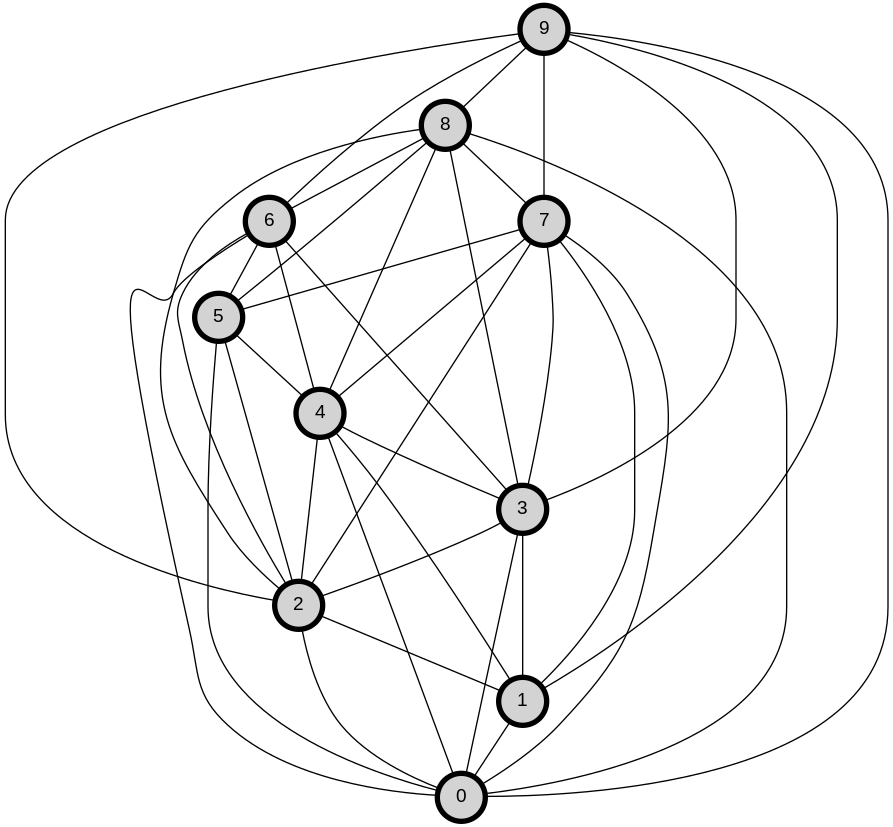
Above: img/graph.png in ivolvanov/vertex-cover (Graphviz), before the change. Its source is kept beside it as dotfiles/graph.dot.
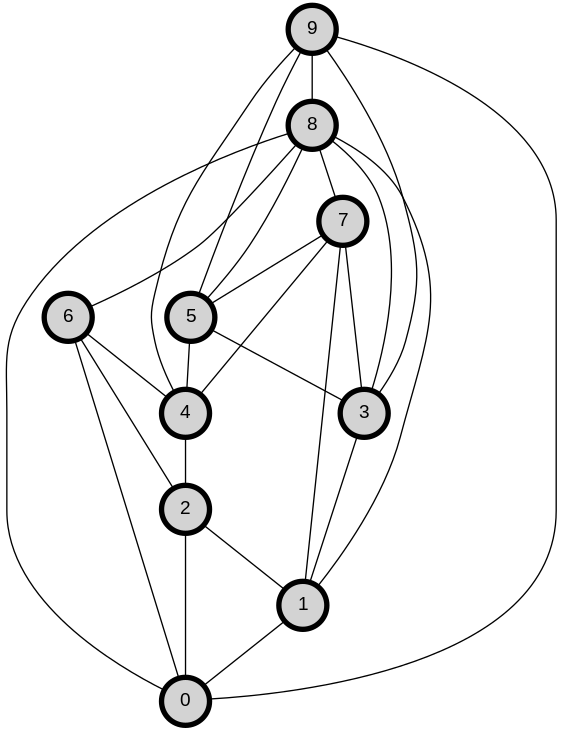
After the change.

The edit, as a diff of the source:
```diff
@@ -14,39 +14,26 @@
 node1 -- node0
 node2 -- node0
 node2 -- node1
-node3 -- node0
 node3 -- node1
-node3 -- node2
-node4 -- node0
-node4 -- node1
 node4 -- node2
-node4 -- node3
-node5 -- node0
-node5 -- node2
+node5 -- node3
 node5 -- node4
 node6 -- node0
 node6 -- node2
-node6 -- node3
 node6 -- node4
-node6 -- node5
-node7 -- node0
 node7 -- node1
-node7 -- node2
 node7 -- node3
 node7 -- node4
 node7 -- node5
 node8 -- node0
-node8 -- node2
+node8 -- node1
 node8 -- node3
-node8 -- node4
 node8 -- node5
 node8 -- node6
 node8 -- node7
 node9 -- node0
-node9 -- node1
-node9 -- node2
 node9 -- node3
-node9 -- node6
-node9 -- node7
+node9 -- node4
+node9 -- node5
 node9 -- node8
 }
```
